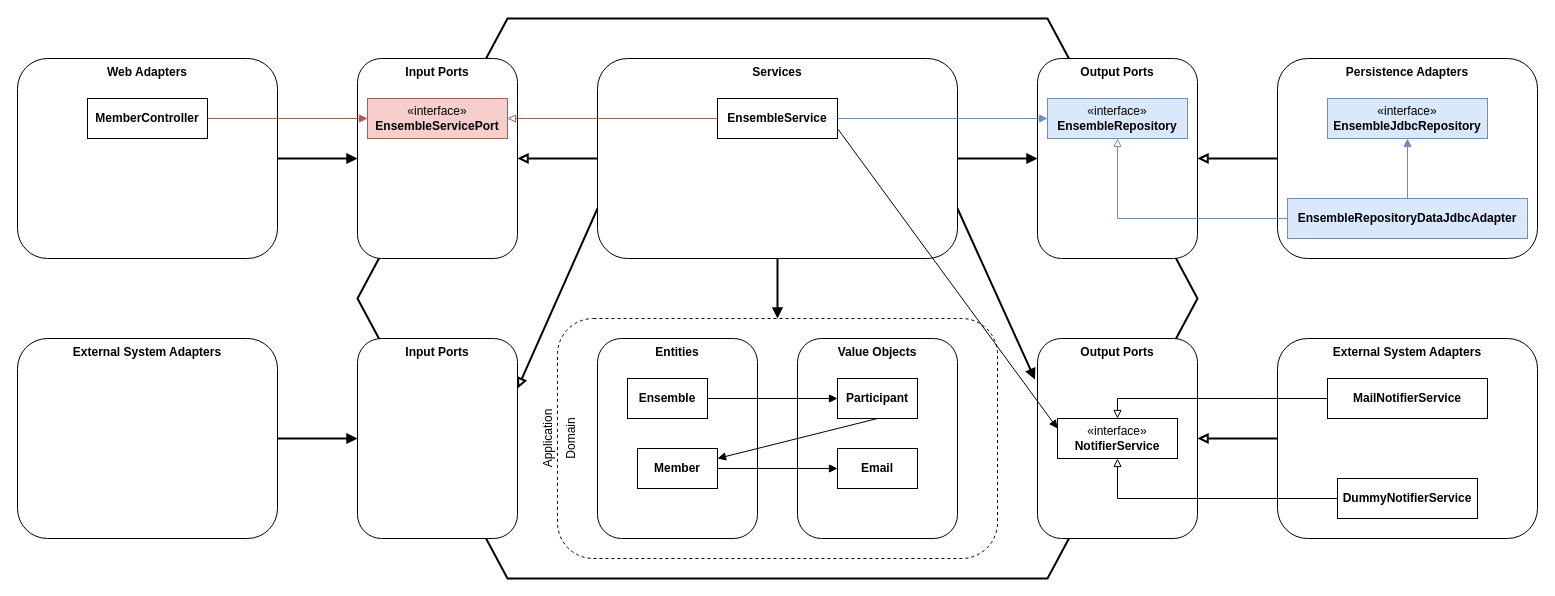
The draw.io diagram oefeningen/les-3/lesprogramma/2_code_aanpassen/aanpassingen.drawio in AIM-ENE/doex-opdracht-4, before the edit. Source tidied: cells renumbered, new cells numbered last; positions are measured from the earlier drawing's top-left corner, leaving out a move shared by most shapes. Both pictures are drawn from the tidied source at 100%, with x=0, y=0 at pixel (17, 18).
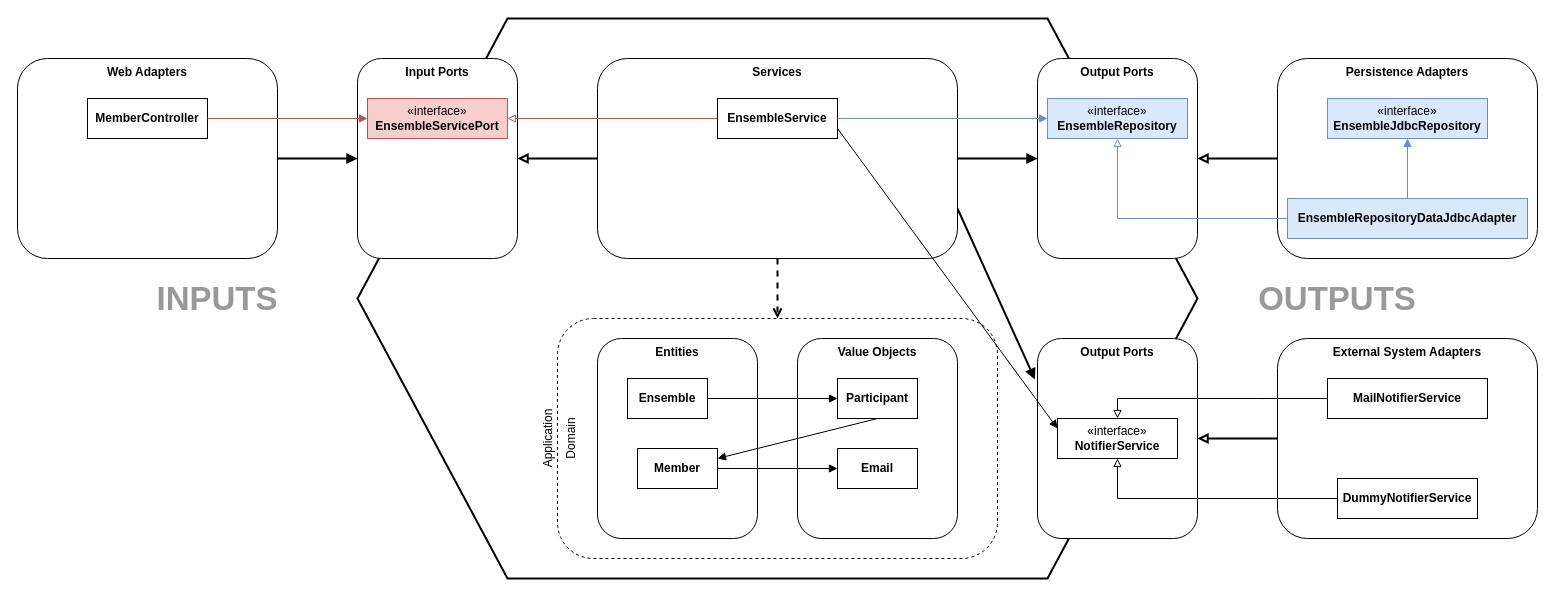
After the change.

Unchanged cells that the change refers to:
```xml
<mxCell id="2" style="group;" parent="1" vertex="1">
  <mxGeometry width="1520" height="560" as="geometry" />
</mxCell>
<mxCell id="11" style="rounded=1;whiteSpace=wrap;html=1;fillColor=none;dashed=1;" parent="2" vertex="1">
  <mxGeometry x="540" y="300" width="440" height="240" as="geometry" />
</mxCell>
<mxCell id="20" value="&lt;b&gt;Services&lt;/b&gt;" style="rounded=1;whiteSpace=wrap;html=1;verticalAlign=top;" parent="2" vertex="1">
  <mxGeometry x="580" y="40" width="360" height="200" as="geometry" />
</mxCell>
```

What changed in the source:
```diff
@@
-    <mxCell id="3" style="endArrow=block;html=1;rounded=0;strokeWidth=2;endFill=1;entryX=0;entryY=0.5;entryDx=0;entryDy=0;exitX=1;exitY=0.5;exitDx=0;exitDy=0;" parent="2" edge="1" source="26" target="25">
-      <mxGeometry relative="1" as="geometry" />
-    </mxCell>
@@
-    <mxCell id="21" style="endArrow=block;html=1;rounded=0;strokeWidth=2;endFill=1;exitX=0.5;exitY=1;exitDx=0;exitDy=0;entryX=0.5;entryY=0;entryDx=0;entryDy=0;" parent="2" edge="1" source="20" target="11">
+    <mxCell id="21" style="endArrow=open;html=1;rounded=0;strokeWidth=2;endFill=0;exitX=0.5;exitY=1;exitDx=0;exitDy=0;entryX=0.5;entryY=0;entryDx=0;entryDy=0;dashed=1;" parent="2" edge="1" source="20" target="11">
       <mxGeometry relative="1" as="geometry" />
     </mxCell>
@@
-    <mxCell id="25" value="&lt;b&gt;Input Ports&lt;/b&gt;" style="html=1;whiteSpace=wrap;rounded=1;horizontal=1;verticalAlign=top;" parent="2" vertex="1">
-      <mxGeometry x="340" y="320" width="160" height="200" as="geometry" />
-    </mxCell>
-    <mxCell id="26" value="&lt;b&gt;External System Adapters&lt;/b&gt;" style="html=1;whiteSpace=wrap;rounded=1;horizontal=1;verticalAlign=top;" parent="2" vertex="1">
-      <mxGeometry y="320" width="260" height="200" as="geometry" />
-    </mxCell>
-    <mxCell id="27" style="endArrow=block;html=1;rounded=0;strokeWidth=2;endFill=0;exitX=0;exitY=0.75;exitDx=0;exitDy=0;entryX=1;entryY=0.25;entryDx=0;entryDy=0;" parent="2" edge="1" source="20" target="25">
-      <mxGeometry relative="1" as="geometry" />
-    </mxCell>
+    <mxCell id="53" value="&lt;font style=&quot;font-size: 33px; font-style: normal;&quot;&gt;INPUTS&lt;/font&gt;" style="text;html=1;align=center;verticalAlign=middle;whiteSpace=wrap;rounded=0;fontStyle=3;fontColor=#999999;labelBackgroundColor=none;textShadow=0;" parent="2" vertex="1">
+      <mxGeometry x="100" y="240" width="200" height="80" as="geometry" />
+    </mxCell>
+    <mxCell id="54" value="&lt;font style=&quot;font-size: 33px; font-style: normal;&quot;&gt;OUTPUTS&lt;/font&gt;" style="text;html=1;align=center;verticalAlign=middle;whiteSpace=wrap;rounded=0;fontStyle=3;fontColor=#999999;labelBackgroundColor=none;textShadow=0;" parent="2" vertex="1">
+      <mxGeometry x="1220" y="240" width="200" height="80" as="geometry" />
+    </mxCell>
```
